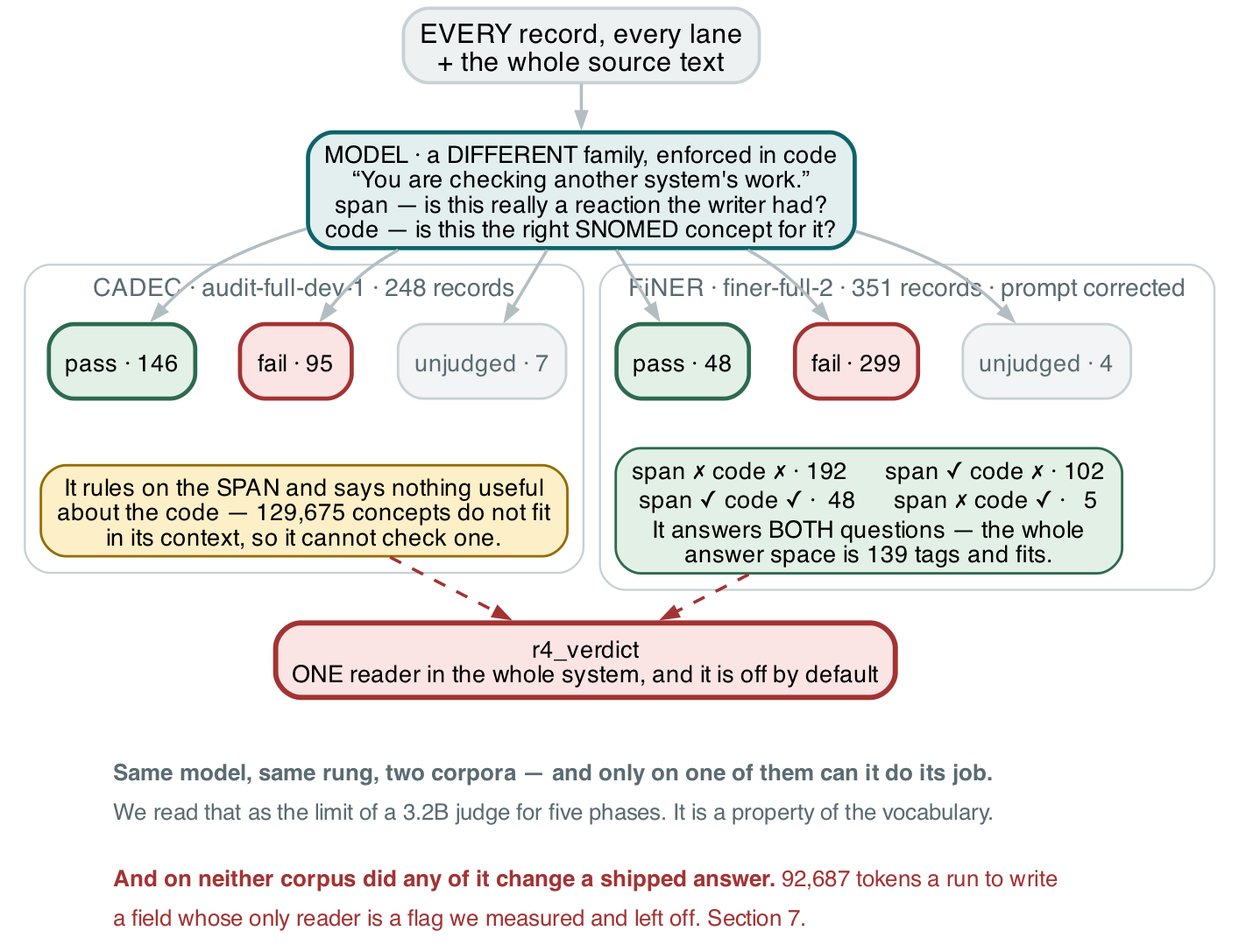
wbagais/reliability-ladder keeps this Graphviz diagram as docs/figures/fig18-rung4.png. Above is the earlier version. Its source is kept beside it as docs/figures/fig18-rung4.dot. Its diagram source:
```dot
digraph rung4 {
  rankdir=TB; bgcolor="white"; nodesep=0.30; ranksep=0.34;
  node [shape=box style="filled,rounded" fontname="Helvetica" fontsize=11.5
        color="#c8d1d5" penwidth=1.2];
  edge [color="#b3bec3" penwidth=1.5 arrowsize=0.7 fontname="Helvetica" fontsize=10];

  in [label="EVERY record, every lane\n+ the whole source text"
      fillcolor="#eef1f2" fontsize=13 penwidth=1.6];
  j  [label="MODEL · a DIFFERENT family, enforced in code\n“You are checking another system's work.”\nspan — is this really a reaction the writer had?\ncode — is this the right SNOMED concept for it?"
      fillcolor="#e3eeef" color="#0c6469" penwidth=2];

  subgraph cluster_c {
    label="  CADEC · audit-full-dev-1 · 248 records  "; fontname="Helvetica"; fontsize=12;
    color="#c8d1d5"; style=rounded; fontcolor="#5a6b73";
    cp [label="pass · 146" fillcolor="#e3f0e6" color="#2d6a4f" penwidth=2];
    cf [label="fail · 95" fillcolor="#fbe4e4" color="#a33333" penwidth=2];
    cu [label="unjudged · 7" fillcolor="#f2f4f5" fontcolor="#5a6b73"];
    cn [label="It rules on the SPAN and says nothing useful\nabout the code — 129,675 concepts do not fit\nin its context, so it cannot check one."
        fillcolor="#fdf0c8" color="#946c00"];
    { rank=same; cp; cf; cu }
    cp -> cn [style=invis]; cf -> cn [style=invis];
  }

  subgraph cluster_f {
    label="  FiNER · finer-full-2 · 351 records · prompt corrected  "; fontname="Helvetica";
    fontsize=12; color="#c8d1d5"; style=rounded; fontcolor="#5a6b73";
    fp [label="pass · 48" fillcolor="#e3f0e6" color="#2d6a4f" penwidth=2];
    ff [label="fail · 299" fillcolor="#fbe4e4" color="#a33333" penwidth=2];
    fu [label="unjudged · 4" fillcolor="#f2f4f5" fontcolor="#5a6b73"];
    fn [label="span ✗ code ✗ · 192      span ✓ code ✗ · 102\nspan ✓ code ✓ ·  48      span ✗ code ✓ ·   5\nIt answers BOTH questions — the whole\nanswer space is 139 tags and fits."
        fillcolor="#e3f0e6" color="#2d6a4f"];
    { rank=same; fp; ff; fu }
    fp -> fn [style=invis]; ff -> fn [style=invis];
  }

  dead [label="r4_verdict\nONE reader in the whole system, and it is off by default"
        fillcolor="#fbe4e4" color="#a33333" penwidth=2.5];

  in -> j; j -> cp; j -> cf; j -> cu; j -> fp; j -> ff; j -> fu;
  cn -> dead [style=dashed color="#a33333"]; fn -> dead [style=dashed color="#a33333"];

  note [shape=plaintext style="" fillcolor="white"
        label=<<TABLE BORDER="0" CELLBORDER="0" CELLSPACING="0" CELLPADDING="3">
        <TR><TD ALIGN="LEFT"><FONT POINT-SIZE="11" COLOR="#5a6b73"><B>Same model, same rung, two corpora — and only on one of them can it do its job.</B></FONT></TD></TR>
        <TR><TD ALIGN="LEFT"><FONT POINT-SIZE="11" COLOR="#5a6b73">We read that as the limit of a 3.2B judge for five phases. It is a property of the vocabulary.</FONT></TD></TR>
        <TR><TD ALIGN="LEFT"><FONT POINT-SIZE="8"> </FONT></TD></TR>
        <TR><TD ALIGN="LEFT"><FONT POINT-SIZE="11" COLOR="#a33333"><B>And on neither corpus did any of it change a shipped answer.</B> 92,687 tokens a run to write</FONT></TD></TR>
        <TR><TD ALIGN="LEFT"><FONT POINT-SIZE="11" COLOR="#a33333">a field whose only reader is a flag we measured and left off. Section 7.</FONT></TD></TR>
        </TABLE>>];
  dead -> note [style=invis];
}
```
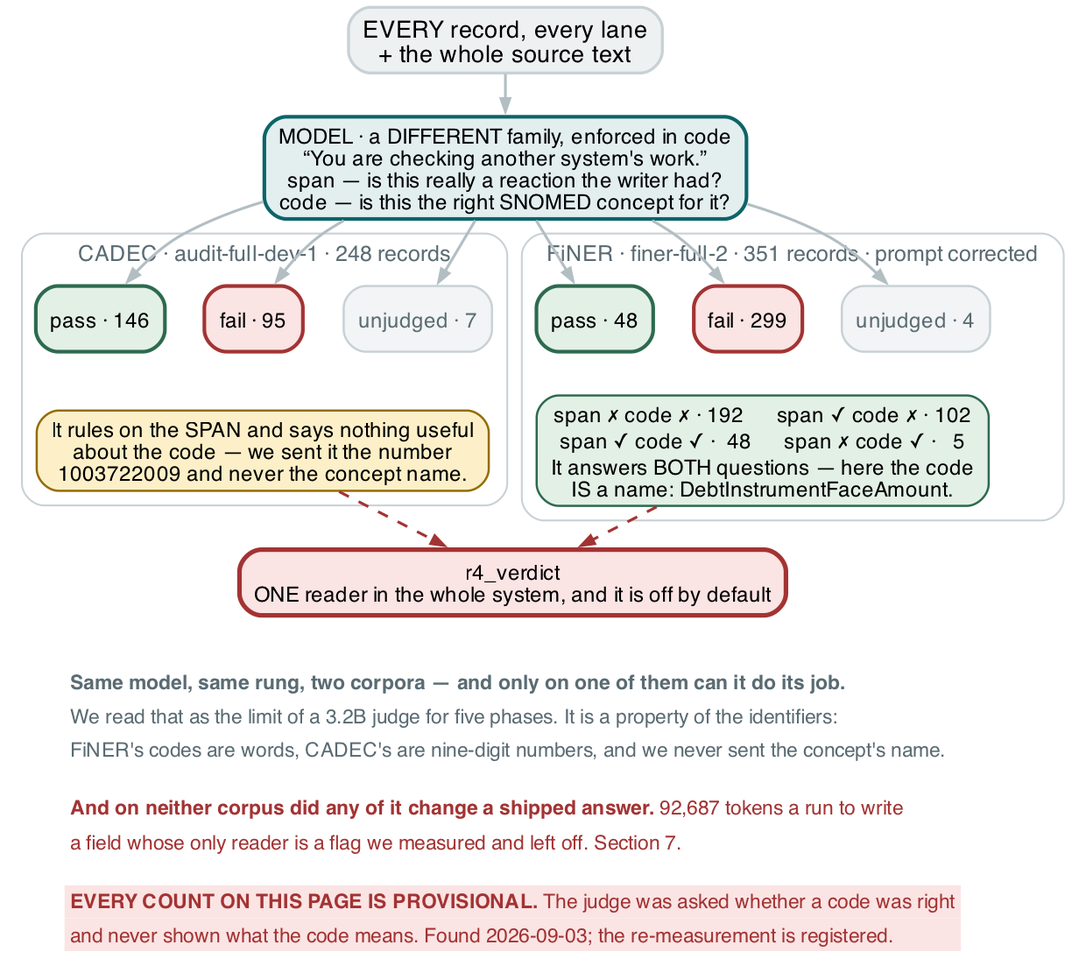
After the commit.

Commit message:
sweep all figures against today's cuts: three carried retracted or stale content

Change to the diagram source:
```diff
@@ -15,7 +15,9 @@
     cp [label="pass · 146" fillcolor="#e3f0e6" color="#2d6a4f" penwidth=2];
     cf [label="fail · 95" fillcolor="#fbe4e4" color="#a33333" penwidth=2];
     cu [label="unjudged · 7" fillcolor="#f2f4f5" fontcolor="#5a6b73"];
-    cn [label="It rules on the SPAN and says nothing useful\nabout the code — 129,675 concepts do not fit\nin its context, so it cannot check one."
+    cn [label="It rules on the SPAN and says nothing useful
+about the code — we sent it the number
+1003722009 and never the concept name."
         fillcolor="#fdf0c8" color="#946c00"];
     { rank=same; cp; cf; cu }
     cp -> cn [style=invis]; cf -> cn [style=invis];
@@ -27,7 +29,8 @@
     fp [label="pass · 48" fillcolor="#e3f0e6" color="#2d6a4f" penwidth=2];
     ff [label="fail · 299" fillcolor="#fbe4e4" color="#a33333" penwidth=2];
     fu [label="unjudged · 4" fillcolor="#f2f4f5" fontcolor="#5a6b73"];
-    fn [label="span ✗ code ✗ · 192      span ✓ code ✗ · 102\nspan ✓ code ✓ ·  48      span ✗ code ✓ ·   5\nIt answers BOTH questions — the whole\nanswer space is 139 tags and fits."
+    fn [label="span ✗ code ✗ · 192      span ✓ code ✗ · 102\nspan ✓ code ✓ ·  48      span ✗ code ✓ ·   5\nIt answers BOTH questions — here the code
+IS a name: DebtInstrumentFaceAmount."
         fillcolor="#e3f0e6" color="#2d6a4f"];
     { rank=same; fp; ff; fu }
     fp -> fn [style=invis]; ff -> fn [style=invis];
@@ -42,10 +45,14 @@
   note [shape=plaintext style="" fillcolor="white"
         label=<<TABLE BORDER="0" CELLBORDER="0" CELLSPACING="0" CELLPADDING="3">
         <TR><TD ALIGN="LEFT"><FONT POINT-SIZE="11" COLOR="#5a6b73"><B>Same model, same rung, two corpora — and only on one of them can it do its job.</B></FONT></TD></TR>
-        <TR><TD ALIGN="LEFT"><FONT POINT-SIZE="11" COLOR="#5a6b73">We read that as the limit of a 3.2B judge for five phases. It is a property of the vocabulary.</FONT></TD></TR>
+        <TR><TD ALIGN="LEFT"><FONT POINT-SIZE="11" COLOR="#5a6b73">We read that as the limit of a 3.2B judge for five phases. It is a property of the identifiers:</FONT></TD></TR>
+        <TR><TD ALIGN="LEFT"><FONT POINT-SIZE="11" COLOR="#5a6b73">FiNER&#39;s codes are words, CADEC&#39;s are nine-digit numbers, and we never sent the concept&#39;s name.</FONT></TD></TR>
         <TR><TD ALIGN="LEFT"><FONT POINT-SIZE="8"> </FONT></TD></TR>
         <TR><TD ALIGN="LEFT"><FONT POINT-SIZE="11" COLOR="#a33333"><B>And on neither corpus did any of it change a shipped answer.</B> 92,687 tokens a run to write</FONT></TD></TR>
         <TR><TD ALIGN="LEFT"><FONT POINT-SIZE="11" COLOR="#a33333">a field whose only reader is a flag we measured and left off. Section 7.</FONT></TD></TR>
+        <TR><TD ALIGN="LEFT"><FONT POINT-SIZE="8"> </FONT></TD></TR>
+        <TR><TD ALIGN="LEFT" BGCOLOR="#fbe4e4"><FONT POINT-SIZE="11" COLOR="#a33333"><B>EVERY COUNT ON THIS PAGE IS PROVISIONAL.</B> The judge was asked whether a code was right</FONT></TD></TR>
+        <TR><TD ALIGN="LEFT" BGCOLOR="#fbe4e4"><FONT POINT-SIZE="11" COLOR="#a33333">and never shown what the code means. Found 2026-09-03; the re-measurement is registered.</FONT></TD></TR>
         </TABLE>>];
   dead -> note [style=invis];
 }
```
